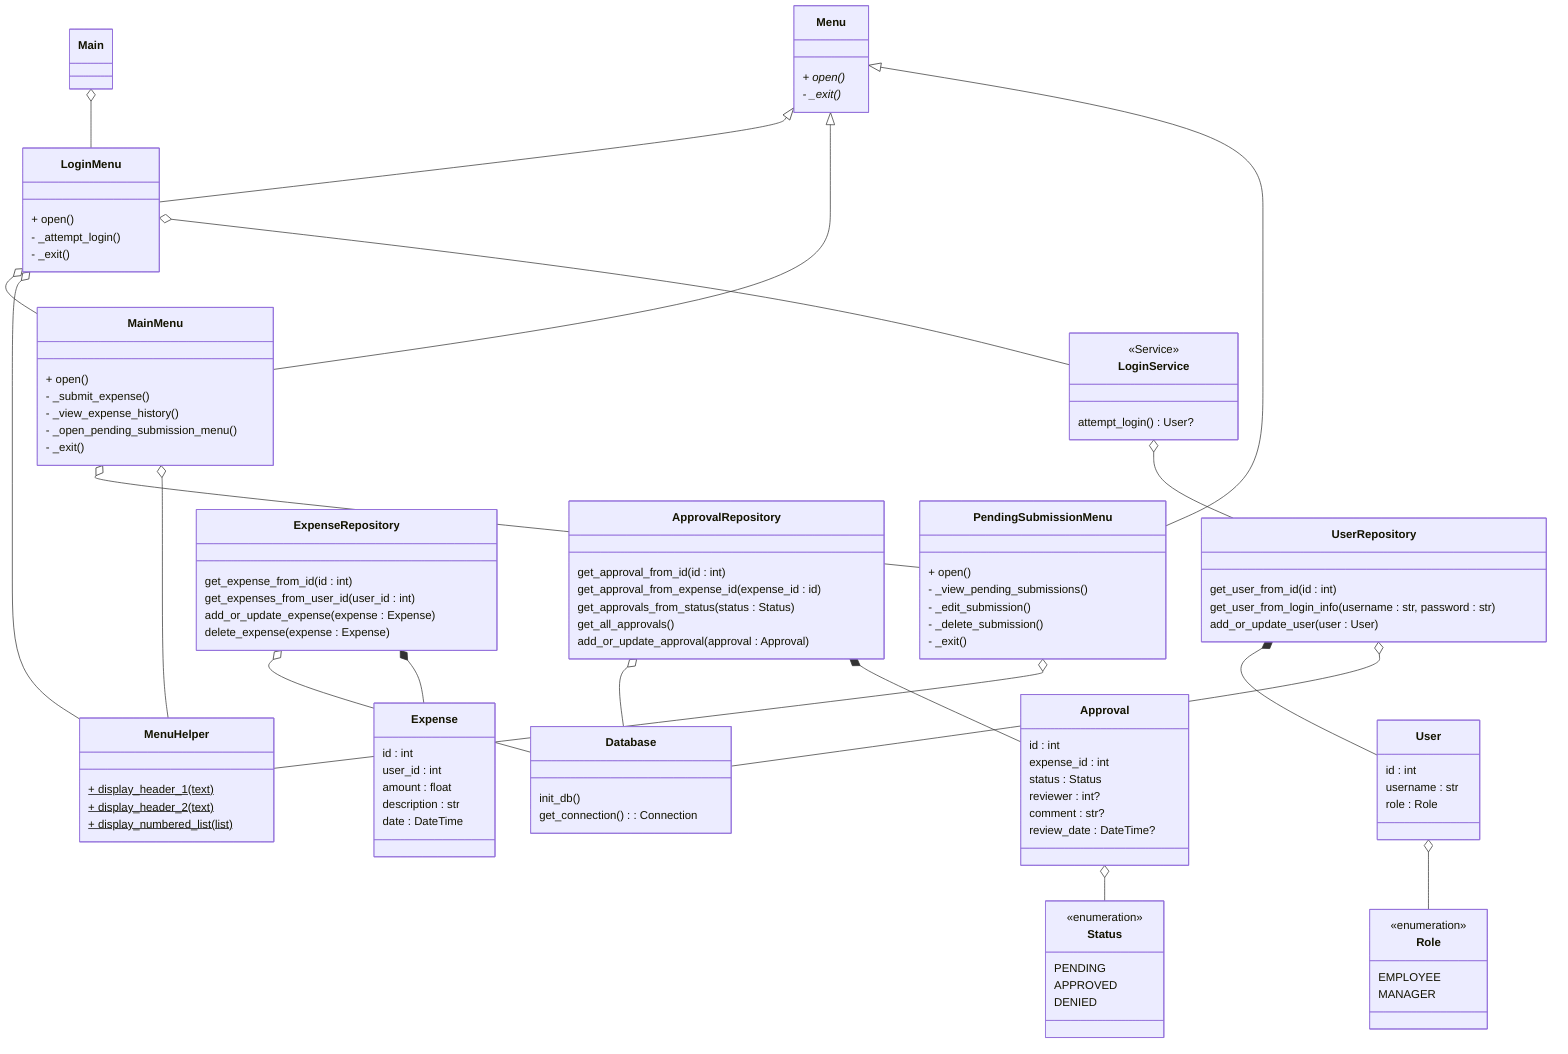
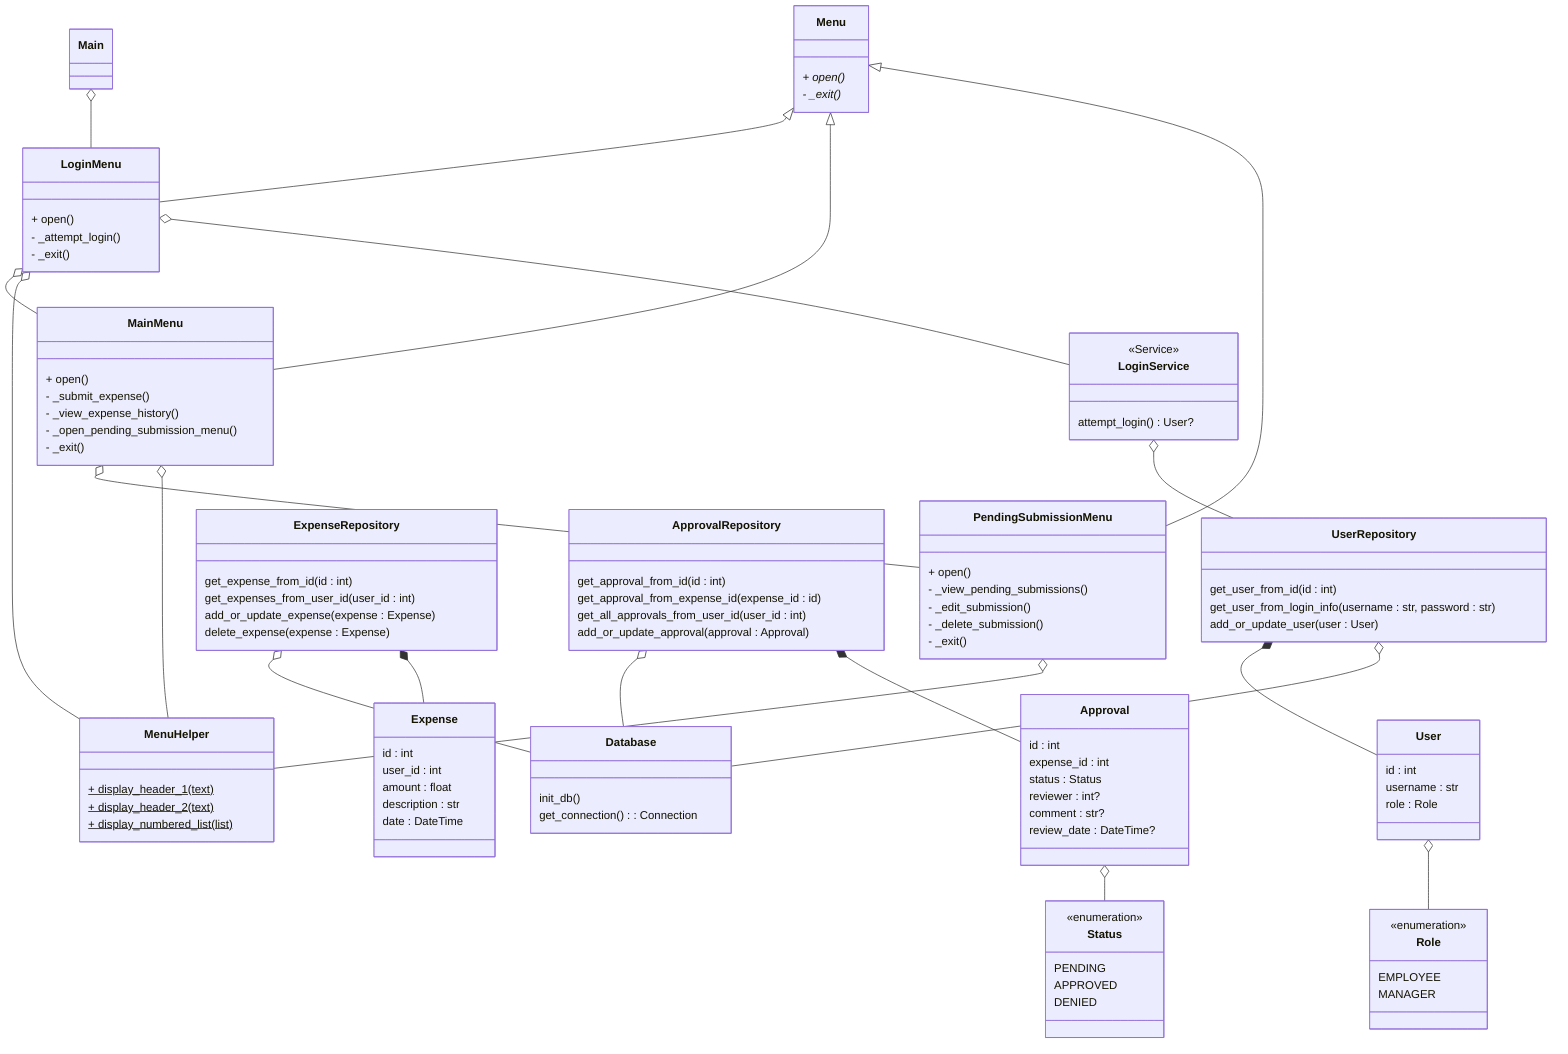
classDiagram
    class LoginService {
        <<Service>>
        attempt_login() User?
    }

    class Expense {
        id : int
        user_id : int
        amount : float
        description : str
        date : DateTime
    }

    class Approval {
        id : int
        expense_id : int
        status : Status
        reviewer : int?
        comment : str?
        review_date : DateTime?
    }

    class User {
        id : int
        username : str
        role : Role
    }

    class Role {
        <<enumeration>>
        EMPLOYEE
        MANAGER
    }

    class Status {
        <<enumeration>>
        PENDING
        APPROVED
        DENIED
    }

    class Menu {
        + open()*
        - _exit()*
    }

    class LoginMenu {
        + open()
        - _attempt_login()
        - _exit()
    }

    class MainMenu {
        + open()
        - _submit_expense()
        - _view_expense_history()
        - _open_pending_submission_menu()
        - _exit()
    }

    class PendingSubmissionMenu {
        + open()
        - _view_pending_submissions()
        - _edit_submission()
        - _delete_submission()
        - _exit()
    }

    class Main { }

    class MenuHelper {
        + display_header_1(text)$
        + display_header_2(text)$
        + display_numbered_list(list)$
    }

    class Database {
        init_db()
        get_connection() : Connection
    }

    class UserRepository {
        get_user_from_id(id : int)
        get_user_from_login_info(username : str, password : str)
        add_or_update_user(user : User)
    }

    class ExpenseRepository {
        get_expense_from_id(id : int)
        get_expenses_from_user_id(user_id : int)
        add_or_update_expense(expense : Expense)
        delete_expense(expense : Expense)
    }

    class ApprovalRepository {
        get_approval_from_id(id : int)
        get_approval_from_expense_id(expense_id : id)
-         get_approvals_from_status(status : Status)
-         get_all_approvals()
+         get_all_approvals_from_user_id(user_id : int)
        add_or_update_approval(approval : Approval)
    }



    Approval o-- Status
    User o-- Role

    Menu <|-- LoginMenu
    Menu <|-- MainMenu
    Menu <|-- PendingSubmissionMenu

    Main o-- LoginMenu
    LoginMenu o-- MainMenu
    MainMenu o-- PendingSubmissionMenu

    LoginMenu o-- MenuHelper
    MainMenu o-- MenuHelper
    PendingSubmissionMenu o-- MenuHelper

    LoginMenu o-- LoginService

    UserRepository *-- User
    LoginService o-- UserRepository
    UserRepository o-- Database
    ExpenseRepository o-- Database
    ApprovalRepository o-- Database

    ExpenseRepository *-- Expense
    ApprovalRepository *-- Approval